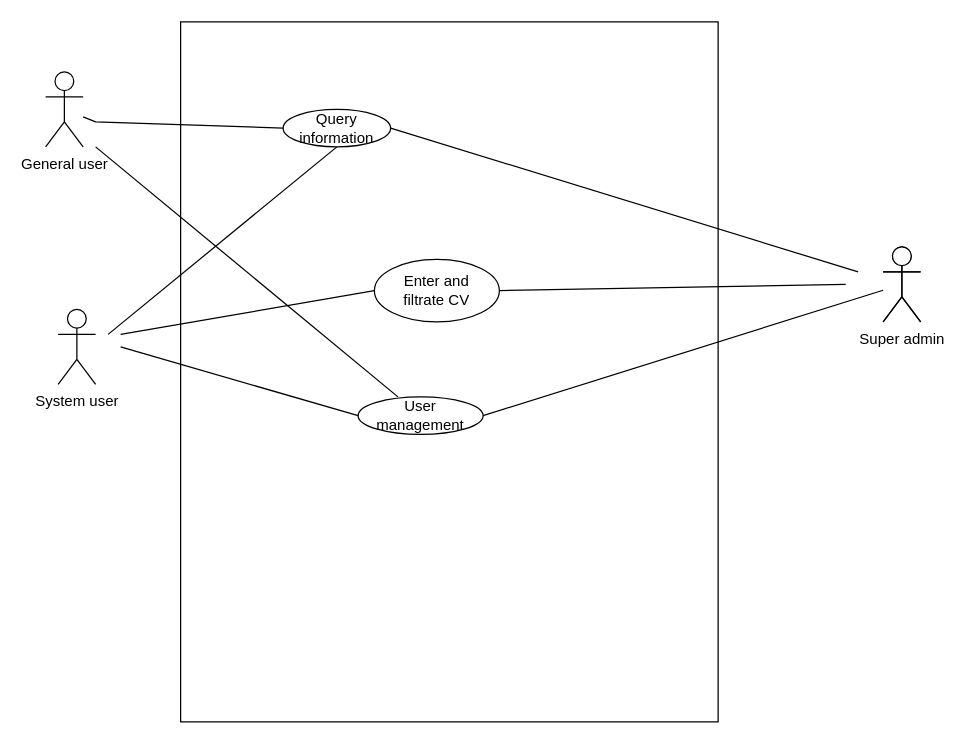
Earlier version of the draw.io diagram UseCase.drawio (coldbubbletea/Quiz-for-object-oriented-analysis). Source tidied: cells renumbered, new cells numbered last; positions are measured from the earlier drawing's top-left corner, leaving out a move shared by most shapes. Both pictures are drawn from the tidied source at 125%, with x=0, y=0 at pixel (45, 21).
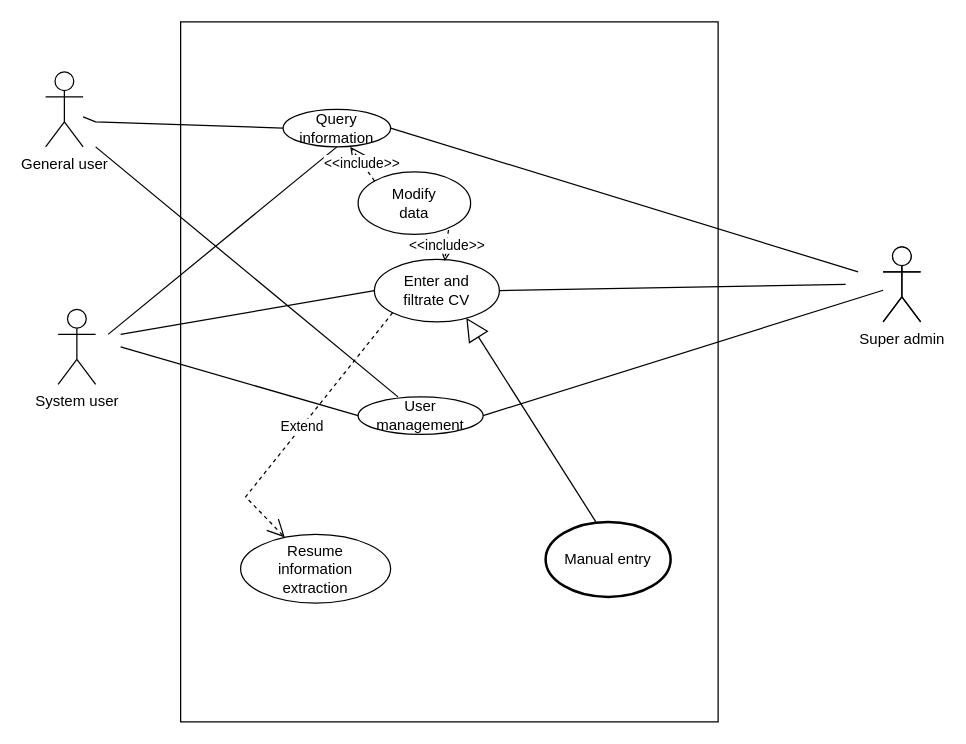
The same page after the edit.

The change refers to these unchanged cells:
```xml
<mxCell id="5" value="Query information" style="text;html=1;strokeColor=none;fillColor=none;align=center;verticalAlign=middle;whiteSpace=wrap;rounded=0;" parent="1" vertex="1">
  <mxGeometry x="203" y="70" width="60" height="30" as="geometry" />
</mxCell>
<mxCell id="15" style="ellipse;whiteSpace=wrap;html=1;" parent="1" vertex="1">
  <mxGeometry x="263" y="190" width="100" height="50" as="geometry" />
</mxCell>
```

Diff of the diagram source:
```diff
@@
+    <mxCell id="21" style="ellipse;whiteSpace=wrap;html=1;" parent="1" vertex="1">
+      <mxGeometry x="250" y="120" width="90" height="50" as="geometry" />
+    </mxCell>
+    <mxCell id="22" value="Modify data" style="text;html=1;strokeColor=none;fillColor=none;align=center;verticalAlign=middle;whiteSpace=wrap;rounded=0;" parent="1" vertex="1">
+      <mxGeometry x="265" y="130" width="60" height="30" as="geometry" />
+    </mxCell>
+    <mxCell id="23" value="&amp;lt;&amp;lt;include&amp;gt;&amp;gt;" style="endArrow=open;endSize=12;dashed=1;html=1;rounded=0;exitX=0.803;exitY=0.93;exitDx=0;exitDy=0;exitPerimeter=0;entryX=0.563;entryY=0.03;entryDx=0;entryDy=0;entryPerimeter=0;" parent="1" edge="1" source="21" target="15">
+      <mxGeometry relative="1" as="geometry" />
+    </mxCell>
+    <mxCell id="24" value="&amp;lt;&amp;lt;include&amp;gt;&amp;gt;" style="endArrow=open;endSize=12;dashed=1;html=1;rounded=0;exitX=0;exitY=0;exitDx=0;exitDy=0;" parent="1" edge="1" source="21" target="5">
+      <mxGeometry relative="1" as="geometry" />
+    </mxCell>
+    <mxCell id="25" value="Manual entry" style="strokeWidth=2;html=1;shape=mxgraph.flowchart.start_1;whiteSpace=wrap;" parent="1" vertex="1">
+      <mxGeometry x="400" y="400" width="100" height="60" as="geometry" />
+    </mxCell>
+    <mxCell id="26" style="endArrow=block;endSize=16;endFill=0;html=1;rounded=0;exitX=0.402;exitY=0;exitDx=0;exitDy=0;exitPerimeter=0;entryX=0.735;entryY=0.934;entryDx=0;entryDy=0;entryPerimeter=0;" parent="1" edge="1" source="25" target="15">
+      <mxGeometry relative="1" as="geometry" />
+    </mxCell>
+    <mxCell id="27" style="ellipse;whiteSpace=wrap;html=1;" parent="1" vertex="1">
+      <mxGeometry x="156" y="410" width="120" height="55" as="geometry" />
+    </mxCell>
+    <mxCell id="28" value="Resume information extraction" style="text;html=1;strokeColor=none;fillColor=none;align=center;verticalAlign=middle;whiteSpace=wrap;rounded=0;" parent="1" vertex="1">
+      <mxGeometry x="186" y="422.5" width="60" height="30" as="geometry" />
+    </mxCell>
+    <mxCell id="29" value="Extend" style="endArrow=open;endSize=12;dashed=1;html=1;rounded=0;exitX=0;exitY=1;exitDx=0;exitDy=0;" parent="1" edge="1" source="15" target="27">
+      <mxGeometry relative="1" as="geometry">
+        <Array as="points">
+          <mxPoint x="160" y="380" />
+        </Array>
+      </mxGeometry>
+    </mxCell>
```
